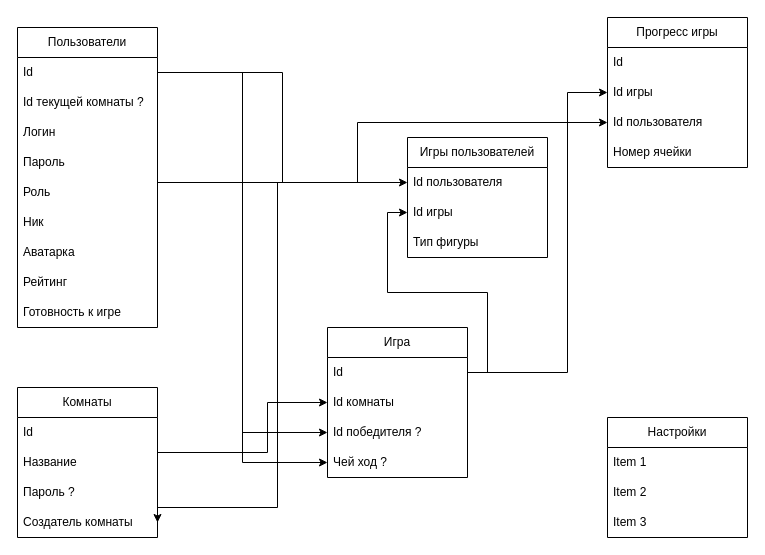
Earlier version of the draw.io diagram DataBase.drawio (Oleg-mobile/GameCrossZero). Source tidied: cells renumbered, new cells numbered last; positions are measured from the earlier drawing's top-left corner, leaving out a move shared by most shapes. Both pictures are drawn from the tidied source at 100%, with x=0, y=0 at pixel (17, 17).
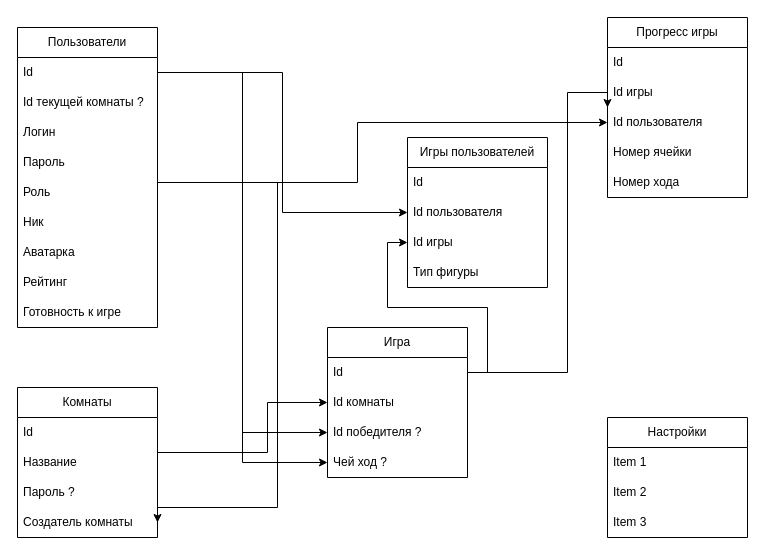
The same diagram, later.

Commit message (it also covers changes not shown here):
+ В GameProgress добавлено StrokeNumber + Доделаны контроллеры Пользователей и Комнат + Начат контроллер Игры + Создано ДТО создания игры + Добавлена константа максимальной ячейки хода

The edit, as a diff of the source:
```diff
@@
     <mxCell id="22" value="Игры пользователей" style="swimlane;fontStyle=0;horizontal=1;startSize=30;whiteSpace=wrap;html=1;" parent="1" vertex="1">
-      <mxGeometry x="390" y="120" width="140" height="120" as="geometry" />
+      <mxGeometry x="390" y="120" width="140" height="150" as="geometry" />
     </mxCell>
+    <mxCell id="43" value="Id" style="text;strokeColor=none;fillColor=none;align=left;verticalAlign=middle;spacingLeft=4;spacingRight=4;overflow=hidden;whiteSpace=wrap;html=1;" parent="22" vertex="1">
+      <mxGeometry y="30" width="140" height="30" as="geometry" />
+    </mxCell>
     <mxCell id="23" value="Id пользователя" style="text;strokeColor=none;fillColor=none;align=left;verticalAlign=middle;spacingLeft=4;spacingRight=4;overflow=hidden;points=[[0,0.5],[1,0.5]];portConstraint=eastwest;whiteSpace=wrap;html=1;" parent="22" vertex="1">
-      <mxGeometry y="30" width="140" height="30" as="geometry" />
+      <mxGeometry y="60" width="140" height="30" as="geometry" />
     </mxCell>
     <mxCell id="24" value="Id игры" style="text;strokeColor=none;fillColor=none;align=left;verticalAlign=middle;spacingLeft=4;spacingRight=4;overflow=hidden;points=[[0,0.5],[1,0.5]];portConstraint=eastwest;whiteSpace=wrap;html=1;" parent="22" vertex="1">
-      <mxGeometry y="60" width="140" height="30" as="geometry" />
+      <mxGeometry y="90" width="140" height="30" as="geometry" />
     </mxCell>
     <mxCell id="25" value="Тип фигуры" style="text;strokeColor=none;fillColor=none;align=left;verticalAlign=middle;spacingLeft=4;spacingRight=4;overflow=hidden;whiteSpace=wrap;html=1;" parent="22" vertex="1">
-      <mxGeometry y="90" width="140" height="30" as="geometry" />
+      <mxGeometry y="120" width="140" height="30" as="geometry" />
     </mxCell>
@@
     <mxCell id="31" value="Прогресс игры" style="swimlane;fontStyle=0;horizontal=1;startSize=30;whiteSpace=wrap;html=1;" parent="1" vertex="1">
-      <mxGeometry x="590" width="140" height="150" as="geometry" />
+      <mxGeometry x="590" width="140" height="180" as="geometry" />
     </mxCell>
@@
+    <mxCell id="44" value="Номер хода" style="text;strokeColor=none;fillColor=none;align=left;verticalAlign=middle;spacingLeft=4;spacingRight=4;overflow=hidden;whiteSpace=wrap;html=1;" parent="31" vertex="1">
+      <mxGeometry y="150" width="140" height="30" as="geometry" />
+    </mxCell>
```
